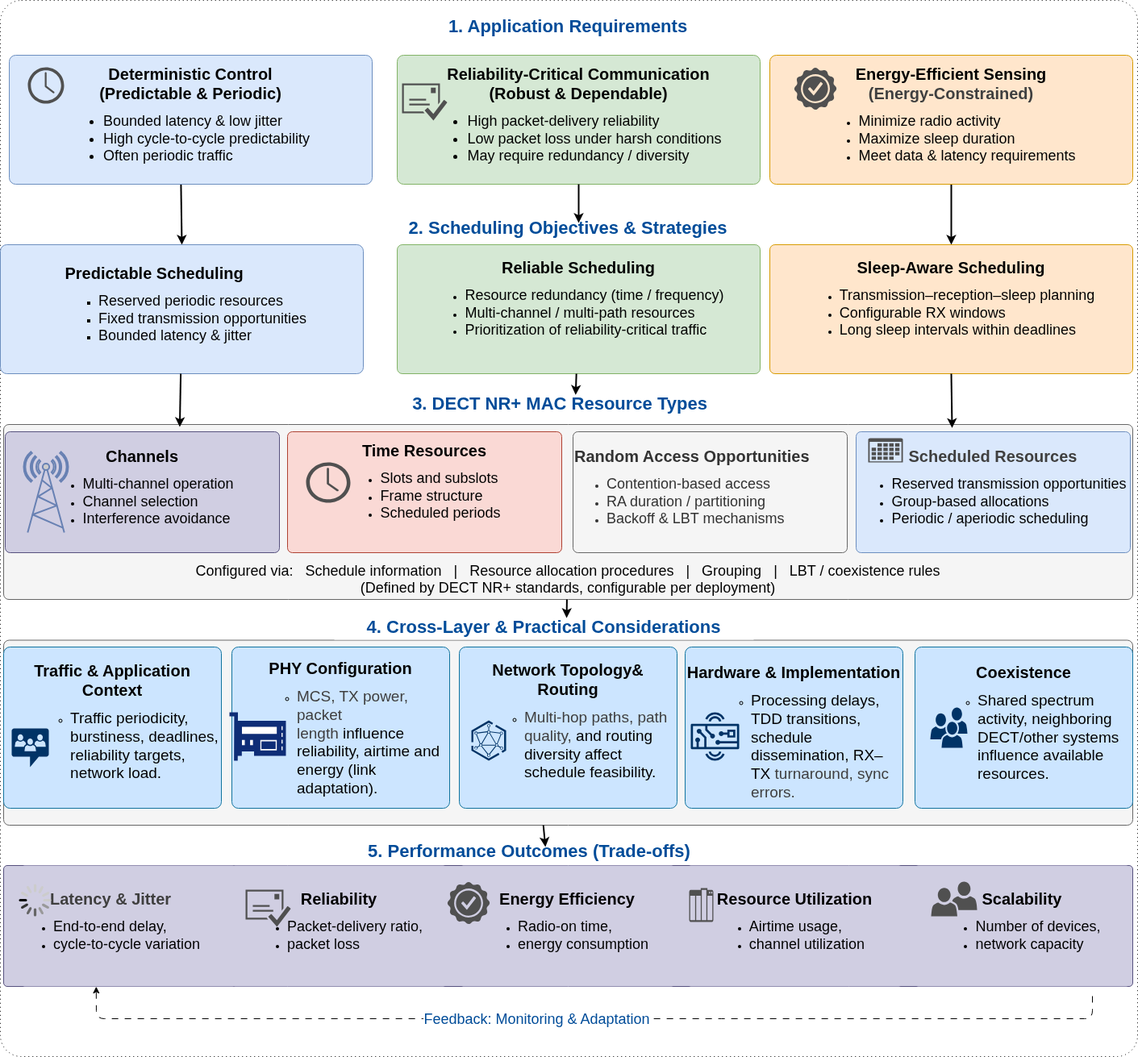
This is DECT_SLR/figures/AppRequirment.png from ashuqullah/DECT_Papers, a draw.io export, as it was before one commit. Source tidied: cells renumbered, new cells last; positions are measured from the earlier drawing's top-left corner, leaving out a move shared by most shapes.
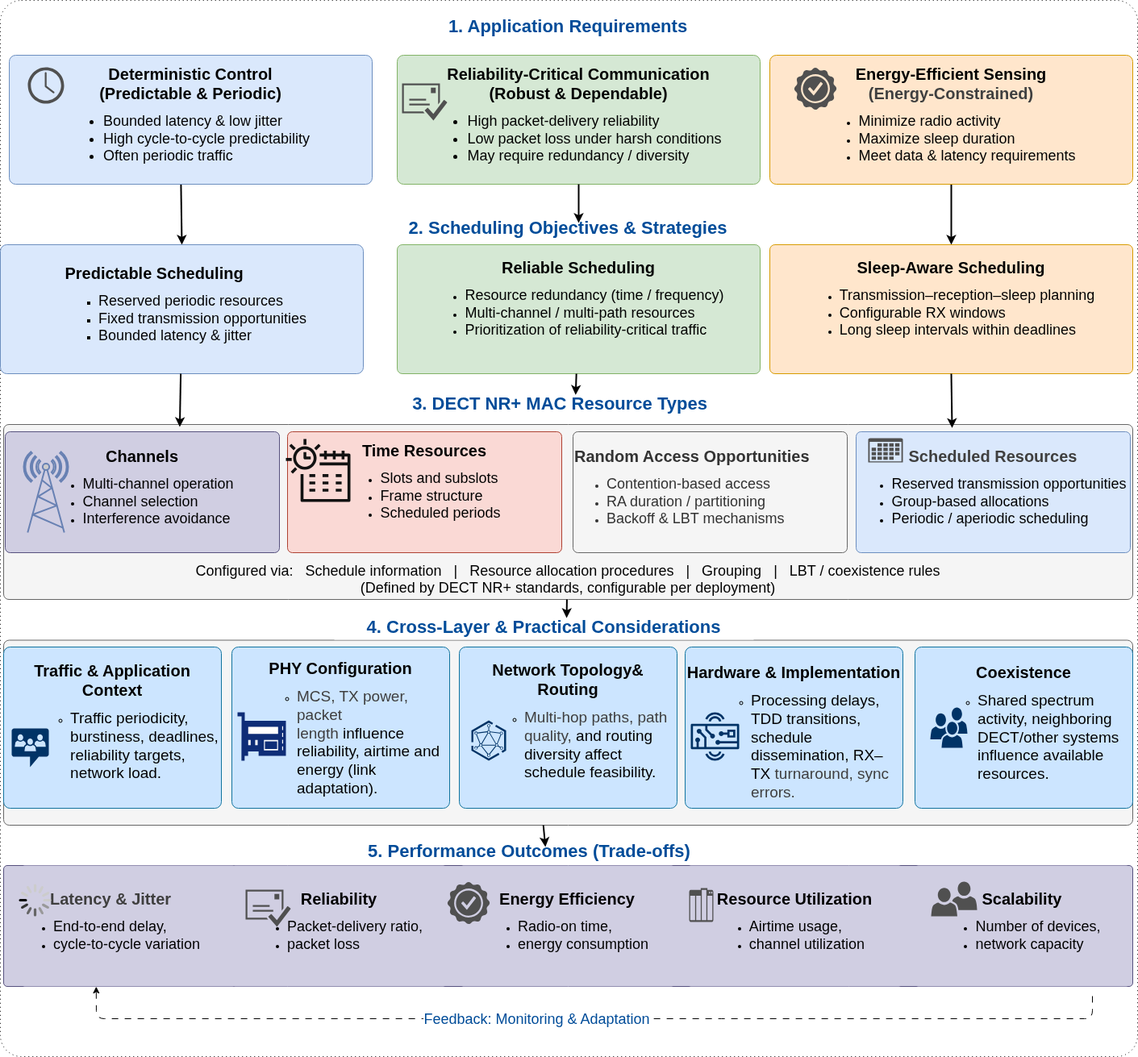
After the change.

What changed in the source:
```diff
@@ -138,9 +138,6 @@
     <mxCell id="44" style="sketch=0;shadow=0;dashed=0;html=1;strokeColor=none;fillColor=#505050;labelPosition=center;verticalLabelPosition=bottom;verticalAlign=top;align=center;shape=mxgraph.office.concepts.calendar;" parent="1" vertex="1">
       <mxGeometry x="1076" y="543" width="43" height="30" as="geometry" />
     </mxCell>
-    <mxCell id="45" style="sketch=0;shadow=0;dashed=0;html=1;strokeColor=none;fillColor=#505050;labelPosition=center;verticalLabelPosition=bottom;verticalAlign=top;align=center;shape=mxgraph.office.concepts.clock;" parent="1" vertex="1">
-      <mxGeometry x="379" y="573" width="55" height="50" as="geometry" />
-    </mxCell>
     <mxCell id="46" style="sketch=0;shadow=0;dashed=0;html=1;strokeColor=none;labelPosition=center;verticalLabelPosition=bottom;verticalAlign=top;align=center;shape=mxgraph.office.users.users;fillColor=#003366;" parent="1" vertex="1">
       <mxGeometry x="1153" y="877" width="46" height="50" as="geometry" />
     </mxCell>
@@ -151,7 +148,7 @@
       <mxGeometry x="584" y="893.1" width="43" height="49.9" as="geometry" />
     </mxCell>
     <mxCell id="49" style="sketch=0;shadow=0;dashed=0;html=1;strokeColor=none;fillColor=light-dark(#0e2d77, #6ec0ae);labelPosition=center;verticalLabelPosition=bottom;verticalAlign=top;align=center;shape=mxgraph.veeam2.hardware_controller;" parent="1" vertex="1">
-      <mxGeometry x="284" y="883" width="70" height="60" as="geometry" />
+      <mxGeometry x="294" y="883" width="60" height="60" as="geometry" />
     </mxCell>
     <mxCell id="50" style="fontColor=#0066CC;verticalAlign=top;verticalLabelPosition=bottom;labelPosition=center;align=center;html=1;fillColor=#CCCCCC;strokeColor=#6881B3;gradientColor=none;gradientDirection=north;strokeWidth=2;shape=mxgraph.networks.radio_tower;" parent="1" vertex="1">
       <mxGeometry x="29" y="560" width="55" height="100" as="geometry" />
@@ -177,5 +174,8 @@
     <mxCell id="57" style="edgeStyle=none;html=1;entryX=0.538;entryY=0.2;entryDx=0;entryDy=0;entryPerimeter=0;strokeWidth=2;exitX=0.478;exitY=1;exitDx=0;exitDy=0;exitPerimeter=0;" parent="1" edge="1" source="3" target="26">
       <mxGeometry relative="1" as="geometry" />
     </mxCell>
+    <mxCell id="58" style="sketch=0;fontColor=#232F3E;gradientColor=none;fillColor=light-dark(#121212, #ff81d9);strokeColor=none;dashed=0;verticalLabelPosition=bottom;verticalAlign=top;align=center;html=1;fontSize=12;fontStyle=0;shape=mxgraph.aws4.eventbridge_scheduler;" parent="1" vertex="1">
+      <mxGeometry x="354" y="543" width="80" height="80" as="geometry" />
+    </mxCell>
   </root>
 </mxGraphModel>
```
